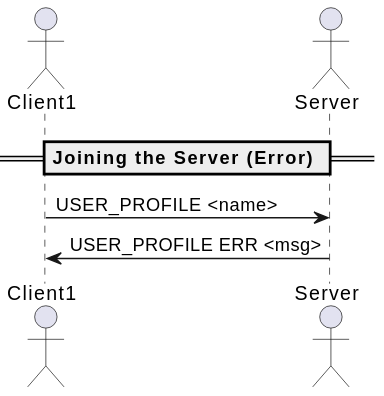
HEIGVD-S3-DAI/fastpaws keeps this PlantUML diagram as docs/error-diagram.svg. Above is the earlier version. Source of this version:
```plantuml
@startuml
actor Client1
actor Server

== Joining the Server (Error) ==

Client1 -> Server: USER_PROFILE <name>
Server -> Client1: USER_PROFILE ERR <msg>
@enduml
```
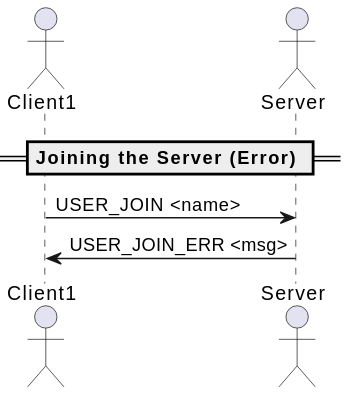
Later version of the same file.

The edit, as a diff of the source:
```diff
@@ -4,6 +4,6 @@
 
 == Joining the Server (Error) ==
 
-Client1 -> Server: USER_PROFILE <name>
-Server -> Client1: USER_PROFILE ERR <msg>
+Client1 -> Server: USER_JOIN <name>
+Server -> Client1: USER_JOIN_ERR <msg>
 @enduml
```
